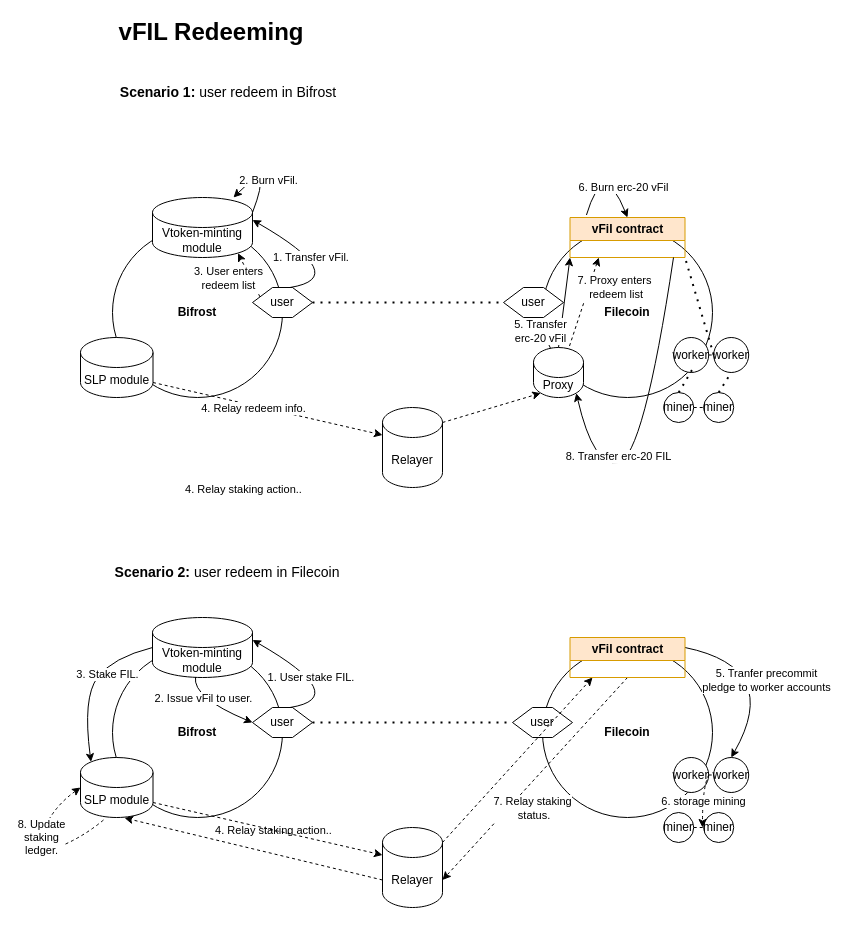
Before: vfil-redeeming-fvm.drawio in herryho/flowchars, a draw.io diagram. Source tidied: cells renumbered, new cells numbered last; positions are measured from the earlier drawing's top-left corner, leaving out a move shared by most shapes. Both pictures are drawn from the tidied source at 100%, with x=0, y=0 at pixel (32, 17).
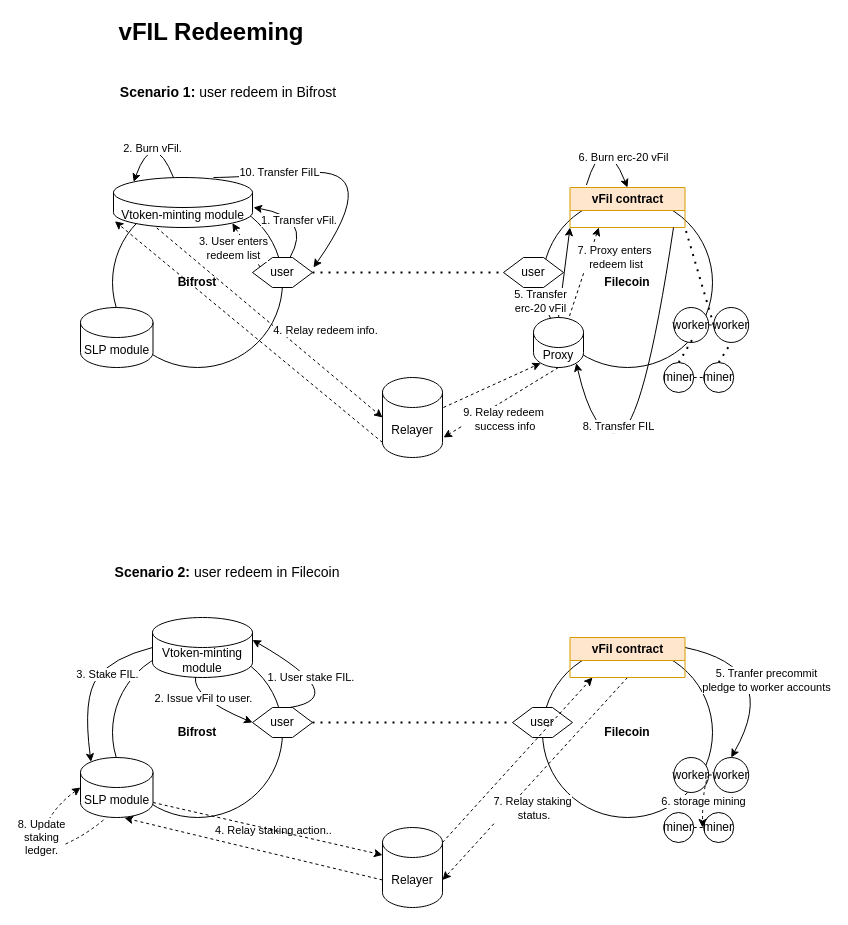
The same diagram, later.

Unchanged cells that the change refers to:
```xml
<mxCell id="67" style="endArrow=classic;html=1;rounded=0;exitX=0;exitY=0.25;exitDx=0;exitDy=0;entryX=0.855;entryY=1;entryDx=0;entryDy=-4.35;entryPerimeter=0;dashed=1;" parent="1" edge="1" source="4" target="20">
  <mxGeometry relative="1" as="geometry" />
</mxCell>
```

What changed in the source:
```diff
@@
     <mxCell id="2" value="&lt;b&gt;Bifrost&lt;/b&gt;" style="ellipse;whiteSpace=wrap;html=1;" parent="1" vertex="1">
-      <mxGeometry x="80" y="210" width="170" height="170" as="geometry" />
+      <mxGeometry x="80" y="180" width="170" height="170" as="geometry" />
     </mxCell>
     <mxCell id="3" value="&lt;b&gt;Filecoin&lt;/b&gt;" style="ellipse;whiteSpace=wrap;html=1;" parent="1" vertex="1">
-      <mxGeometry x="510" y="210" width="170" height="170" as="geometry" />
+      <mxGeometry x="510" y="180" width="170" height="170" as="geometry" />
     </mxCell>
     <mxCell id="4" value="user" style="shape=hexagon;perimeter=hexagonPerimeter2;whiteSpace=wrap;html=1;fixedSize=1;" parent="1" vertex="1">
-      <mxGeometry x="220" y="270" width="60" height="30" as="geometry" />
+      <mxGeometry x="220" y="240" width="60" height="30" as="geometry" />
     </mxCell>
     <mxCell id="5" value="user" style="shape=hexagon;perimeter=hexagonPerimeter2;whiteSpace=wrap;html=1;fixedSize=1;" parent="1" vertex="1">
-      <mxGeometry x="471" y="270" width="60" height="30" as="geometry" />
+      <mxGeometry x="471" y="240" width="60" height="30" as="geometry" />
     </mxCell>
@@
     <mxCell id="7" value="worker" style="ellipse;whiteSpace=wrap;html=1;" parent="1" vertex="1">
-      <mxGeometry x="641.2" y="320" width="35" height="35" as="geometry" />
+      <mxGeometry x="641.2" y="290" width="35" height="35" as="geometry" />
     </mxCell>
     <mxCell id="8" value="SLP module" style="shape=cylinder3;whiteSpace=wrap;html=1;boundedLbl=1;backgroundOutline=1;size=15;" parent="1" vertex="1">
-      <mxGeometry x="48" y="320" width="72.5" height="60" as="geometry" />
+      <mxGeometry x="48" y="290" width="72.5" height="60" as="geometry" />
     </mxCell>
     <mxCell id="9" value="Relayer" style="shape=cylinder3;whiteSpace=wrap;html=1;boundedLbl=1;backgroundOutline=1;size=15;" parent="1" vertex="1">
-      <mxGeometry x="350" y="390" width="60" height="80" as="geometry" />
+      <mxGeometry x="350" y="360" width="60" height="80" as="geometry" />
     </mxCell>
     <mxCell id="10" value="miner" style="ellipse;whiteSpace=wrap;html=1;" parent="1" vertex="1">
-      <mxGeometry x="631.2" y="375" width="30" height="30" as="geometry" />
+      <mxGeometry x="631.2" y="345" width="30" height="30" as="geometry" />
     </mxCell>
     <mxCell id="11" value="miner" style="ellipse;whiteSpace=wrap;html=1;" parent="1" vertex="1">
-      <mxGeometry x="671.2" y="375" width="30" height="30" as="geometry" />
+      <mxGeometry x="671.2" y="345" width="30" height="30" as="geometry" />
     </mxCell>
     <mxCell id="12" style="endArrow=none;dashed=1;html=1;rounded=0;exitX=1;exitY=0.5;exitDx=0;exitDy=0;" parent="1" edge="1" source="10">
       <mxGeometry relative="1" as="geometry">
-        <mxPoint x="671.2" y="390" as="targetPoint" />
+        <mxPoint x="671.2" y="360" as="targetPoint" />
       </mxGeometry>
     </mxCell>
-    <mxCell id="13" style="endArrow=classic;html=1;rounded=0;dashed=1;exitX=1;exitY=0;exitDx=0;exitDy=15;exitPerimeter=0;entryX=0.145;entryY=1;entryDx=0;entryDy=-4.35;entryPerimeter=0;" parent="1" edge="1" source="9" target="64">
-      <mxGeometry relative="1" as="geometry" />
+    <mxCell id="13" style="endArrow=classic;html=1;rounded=0;dashed=1;entryX=0.145;entryY=1;entryDx=0;entryDy=-4.35;entryPerimeter=0;" parent="1" edge="1" target="64">
+      <mxGeometry relative="1" as="geometry">
+        <mxPoint x="411" y="390" as="sourcePoint" />
+      </mxGeometry>
     </mxCell>
-    <mxCell id="14" value="4. Relay staking action.." style="edgeLabel;html=1;align=center;verticalAlign=middle;" parent="13" vertex="1">
-      <mxGeometry x="0.15" y="-1" relative="1" as="geometry">
-        <mxPoint x="-256" y="82" as="offset" />
-      </mxGeometry>
-    </mxCell>
-    <mxCell id="15" style="endArrow=classic;html=1;rounded=0;dashed=1;entryX=0;entryY=0;entryDx=0;entryDy=27.5;entryPerimeter=0;exitX=1;exitY=1;exitDx=0;exitDy=-15;exitPerimeter=0;" parent="1" edge="1" source="8" target="9">
+    <mxCell id="15" style="endArrow=classic;html=1;rounded=0;dashed=1;entryX=0;entryY=0.5;entryDx=0;entryDy=0;entryPerimeter=0;exitX=0.311;exitY=1.008;exitDx=0;exitDy=0;exitPerimeter=0;" parent="1" edge="1" source="20" target="9">
       <mxGeometry relative="1" as="geometry" />
     </mxCell>
     <mxCell id="16" value="4. Relay redeem info." style="edgeLabel;html=1;align=center;verticalAlign=middle;" parent="15" vertex="1">
       <mxGeometry x="-0.18" y="3" relative="1" as="geometry">
-        <mxPoint x="5" y="7" as="offset" />
+        <mxPoint x="74" y="27" as="offset" />
       </mxGeometry>
     </mxCell>
@@
     <mxCell id="18" value="worker" style="ellipse;whiteSpace=wrap;html=1;" parent="1" vertex="1">
-      <mxGeometry x="681.2" y="320" width="35" height="35" as="geometry" />
+      <mxGeometry x="681.2" y="290" width="35" height="35" as="geometry" />
     </mxCell>
@@
     <mxCell id="20" value="Vtoken-minting module" style="shape=cylinder3;whiteSpace=wrap;html=1;boundedLbl=1;backgroundOutline=1;size=15;" parent="1" vertex="1">
-      <mxGeometry x="120" y="180" width="100" height="60" as="geometry" />
+      <mxGeometry x="81" y="160" width="139" height="50" as="geometry" />
     </mxCell>
-    <mxCell id="21" style="curved=1;endArrow=classic;html=1;rounded=0;entryX=1;entryY=0;entryDx=0;entryDy=22.5;entryPerimeter=0;exitX=0.625;exitY=0;exitDx=0;exitDy=0;" parent="1" edge="1" source="4" target="20">
+    <mxCell id="21" style="curved=1;endArrow=classic;html=1;rounded=0;exitX=0.625;exitY=0;exitDx=0;exitDy=0;" parent="1" edge="1" source="4">
       <mxGeometry relative="1" as="geometry">
+        <mxPoint x="221" y="190" as="targetPoint" />
         <Array as="points">
-          <mxPoint x="320" y="260" />
+          <mxPoint x="280" y="200" />
         </Array>
       </mxGeometry>
     </mxCell>
     <mxCell id="22" value="1. Transfer vFil.&amp;nbsp;" style="edgeLabel;html=1;align=center;verticalAlign=middle;" parent="21" vertex="1">
       <mxGeometry x="0.65" y="3" relative="1" as="geometry">
-        <mxPoint x="34" y="19" as="offset" />
+        <mxPoint x="29" y="6" as="offset" />
       </mxGeometry>
     </mxCell>
     <mxCell id="23" value="vFil contract" style="swimlane;whiteSpace=wrap;html=1;fillColor=#ffe6cc;strokeColor=#d79b00;" parent="1" vertex="1">
-      <mxGeometry x="537.5" y="200" width="115" height="40" as="geometry" />
+      <mxGeometry x="537.5" y="170" width="115" height="40" as="geometry" />
     </mxCell>
@@
-    <mxCell id="59" style="curved=1;endArrow=classic;html=1;rounded=0;exitX=1;exitY=0;exitDx=0;exitDy=15;exitPerimeter=0;" parent="1" edge="1" source="20">
+    <mxCell id="59" style="curved=1;endArrow=classic;html=1;rounded=0;entryX=0.145;entryY=0;entryDx=0;entryDy=4.35;entryPerimeter=0;" parent="1" edge="1" target="20">
       <mxGeometry relative="1" as="geometry">
-        <mxPoint x="201" y="180" as="targetPoint" />
+        <mxPoint x="141" y="160" as="sourcePoint" />
         <Array as="points">
-          <mxPoint x="241" y="140" />
+          <mxPoint x="121" y="110" />
         </Array>
       </mxGeometry>
     </mxCell>
     <mxCell id="60" value="2. Burn vFil." style="edgeLabel;html=1;align=center;verticalAlign=middle;" parent="59" vertex="1">
       <mxGeometry x="0.33" y="4" relative="1" as="geometry">
-        <mxPoint x="4" y="7" as="offset" />
+        <mxPoint x="2" as="offset" />
       </mxGeometry>
     </mxCell>
     <mxCell id="61" style="endArrow=none;dashed=1;html=1;dashPattern=1 3;strokeWidth=2;rounded=0;exitX=0.5;exitY=0;exitDx=0;exitDy=0;" parent="1" edge="1" source="10">
       <mxGeometry relative="1" as="geometry">
-        <mxPoint x="661" y="350" as="targetPoint" />
+        <mxPoint x="661" y="320" as="targetPoint" />
       </mxGeometry>
     </mxCell>
@@
     <mxCell id="64" value="Proxy" style="shape=cylinder3;whiteSpace=wrap;html=1;boundedLbl=1;backgroundOutline=1;size=15;" parent="1" vertex="1">
-      <mxGeometry x="501" y="330" width="50" height="50" as="geometry" />
+      <mxGeometry x="501" y="300" width="50" height="50" as="geometry" />
     </mxCell>
@@
     <mxCell id="68" value="3. User enters &lt;br&gt;redeem list" style="edgeLabel;html=1;align=center;verticalAlign=middle;" parent="67" vertex="1">
       <mxGeometry x="0.16" y="2" relative="1" as="geometry">
-        <mxPoint x="-18" y="5" as="offset" />
+        <mxPoint x="-9" y="5" as="offset" />
       </mxGeometry>
     </mxCell>
     <mxCell id="69" value="6. Burn erc-20 vFil" style="curved=1;endArrow=classic;html=1;rounded=0;entryX=0.5;entryY=0;entryDx=0;entryDy=0;exitX=0.143;exitY=-0.062;exitDx=0;exitDy=0;exitPerimeter=0;" parent="1" edge="1" source="23" target="23">
       <mxGeometry x="0.53" y="7" relative="1" as="geometry">
         <Array as="points">
-          <mxPoint x="571" y="140" />
+          <mxPoint x="571" y="110" />
         </Array>
         <mxPoint x="1" as="offset" />
       </mxGeometry>
     </mxCell>
@@
     <mxCell id="72" style="curved=1;endArrow=classic;html=1;rounded=0;entryX=0.855;entryY=1;entryDx=0;entryDy=-4.35;entryPerimeter=0;" parent="1" edge="1" target="64">
       <mxGeometry relative="1" as="geometry">
-        <mxPoint x="641" y="240" as="sourcePoint" />
+        <mxPoint x="641" y="210" as="sourcePoint" />
         <Array as="points">
-          <mxPoint x="611" y="440" />
-          <mxPoint x="561" y="450" />
+          <mxPoint x="611" y="410" />
+          <mxPoint x="561" y="420" />
         </Array>
       </mxGeometry>
     </mxCell>
-    <mxCell id="73" value="8. Transfer erc-20 FIL" style="edgeLabel;html=1;align=center;verticalAlign=middle;" parent="72" vertex="1">
+    <mxCell id="73" value="8. Transfer FIL" style="edgeLabel;html=1;align=center;verticalAlign=middle;" parent="72" vertex="1">
       <mxGeometry x="0.38" y="-6" relative="1" as="geometry" />
     </mxCell>
+    <mxCell id="74" style="endArrow=classic;html=1;rounded=0;exitX=0.5;exitY=1;exitDx=0;exitDy=0;exitPerimeter=0;dashed=1;" parent="1" edge="1" source="64">
+      <mxGeometry relative="1" as="geometry">
+        <mxPoint x="411" y="420" as="targetPoint" />
+      </mxGeometry>
+    </mxCell>
+    <mxCell id="75" value="9. Relay redeem&lt;br&gt;&amp;nbsp;success info" style="edgeLabel;html=1;align=center;verticalAlign=middle;" parent="74" vertex="1">
+      <mxGeometry x="0.11" y="-2" relative="1" as="geometry">
+        <mxPoint x="10" y="14" as="offset" />
+      </mxGeometry>
+    </mxCell>
+    <mxCell id="76" style="endArrow=classic;html=1;rounded=0;exitX=0;exitY=1;exitDx=0;exitDy=-15;exitPerimeter=0;dashed=1;entryX=0.01;entryY=0.875;entryDx=0;entryDy=0;entryPerimeter=0;" parent="1" edge="1" source="9" target="20">
+      <mxGeometry relative="1" as="geometry" />
+    </mxCell>
+    <mxCell id="77" style="curved=1;endArrow=classic;html=1;rounded=0;" parent="1" edge="1">
+      <mxGeometry relative="1" as="geometry">
+        <mxPoint x="181" y="160" as="sourcePoint" />
+        <mxPoint x="281" y="250" as="targetPoint" />
+        <Array as="points">
+          <mxPoint x="201" y="160" />
+          <mxPoint x="351" y="150" />
+        </Array>
+      </mxGeometry>
+    </mxCell>
+    <mxCell id="78" value="10. Transfer FiIL" style="edgeLabel;html=1;align=center;verticalAlign=middle;" parent="77" vertex="1">
+      <mxGeometry x="-0.55" y="1" relative="1" as="geometry">
+        <mxPoint y="-1" as="offset" />
+      </mxGeometry>
+    </mxCell>
```
